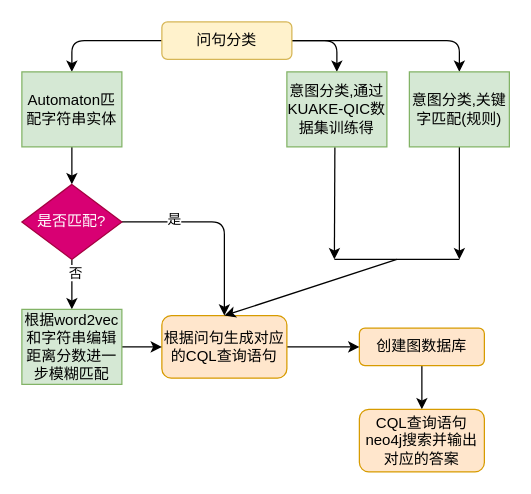
dcdmm/MLBase keeps this draw.io diagram as J_demo/医药问答系统+知识图谱/项目逻辑_help.drawio. Above is the earlier version. Source tidied: cells renumbered, new cells numbered last; positions are measured from the earlier drawing's top-left corner, leaving out a move shared by most shapes. Both pictures are drawn from the tidied source at 125%, with x=0, y=0 at pixel (21, 21).
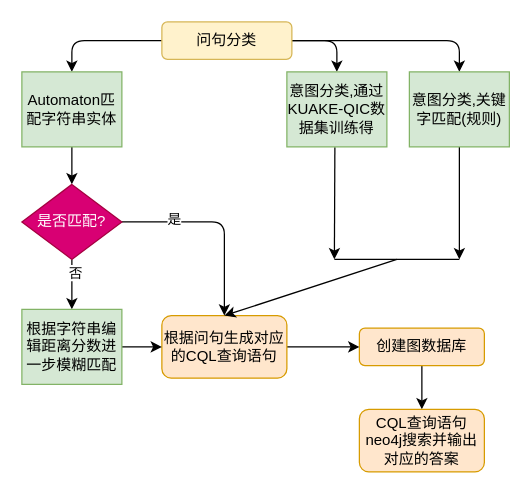
Above is the later version.

Diff of the diagram source:
```diff
@@
-    <mxCell id="25" value="根据word2vec和字符串编辑距离分数进一步模糊匹配" style="whiteSpace=wrap;html=1;fillColor=#d5e8d4;strokeColor=#82b366;" parent="1" vertex="1">
+    <mxCell id="25" value="根据字符串编辑距离分数进一步模糊匹配" style="whiteSpace=wrap;html=1;fillColor=#d5e8d4;strokeColor=#82b366;" parent="1" vertex="1">
       <mxGeometry y="230" width="80" height="60" as="geometry" />
     </mxCell>
```
